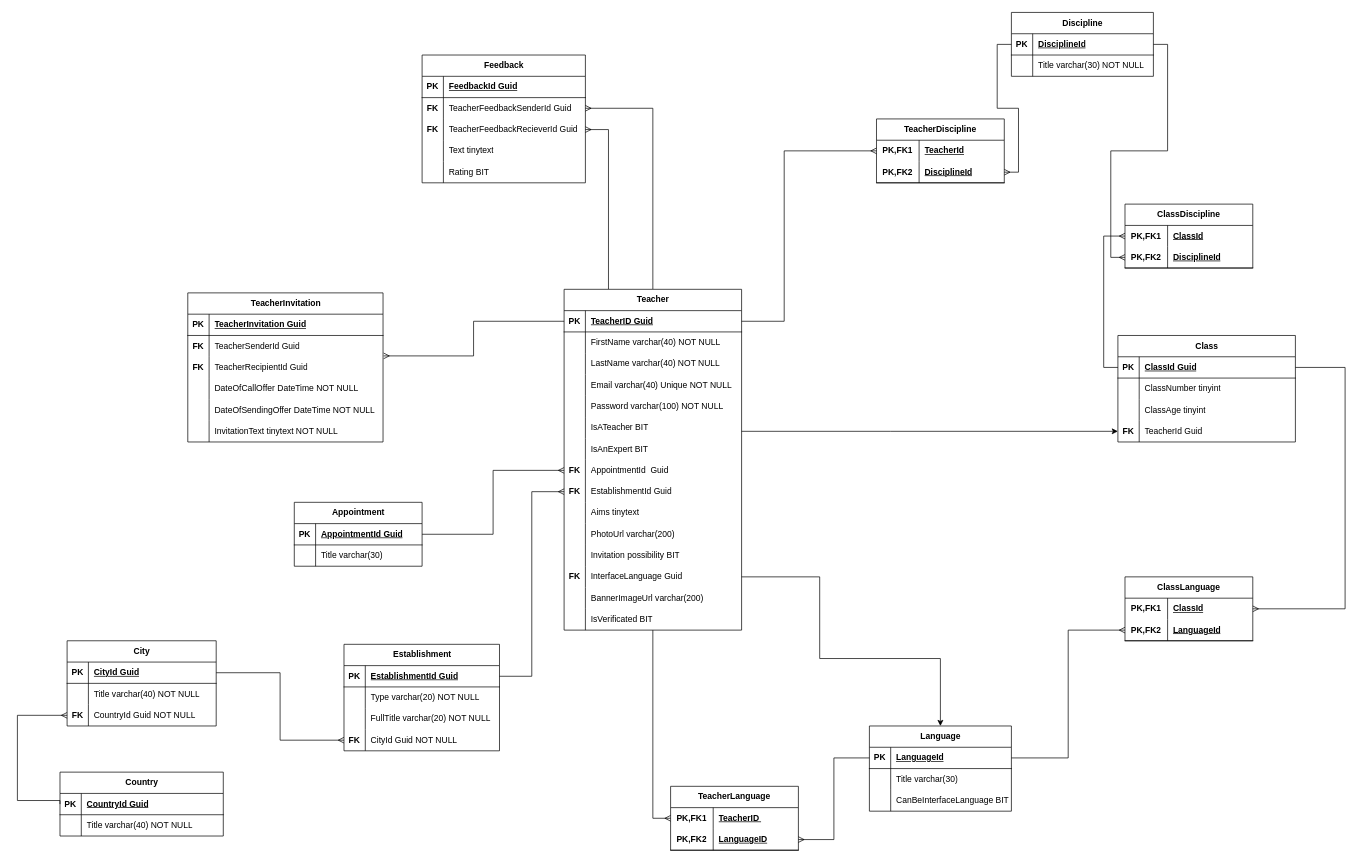
Above: General provisions/диаграмма_сущностей.drawio in AlesBan/wonderworld (draw.io), before the change. Source tidied: cells renumbered, new cells numbered last; positions are measured from the earlier drawing's top-left corner, leaving out a move shared by most shapes. Both pictures are drawn from the tidied source at 71%, with x=0, y=0 at pixel (17, 12).
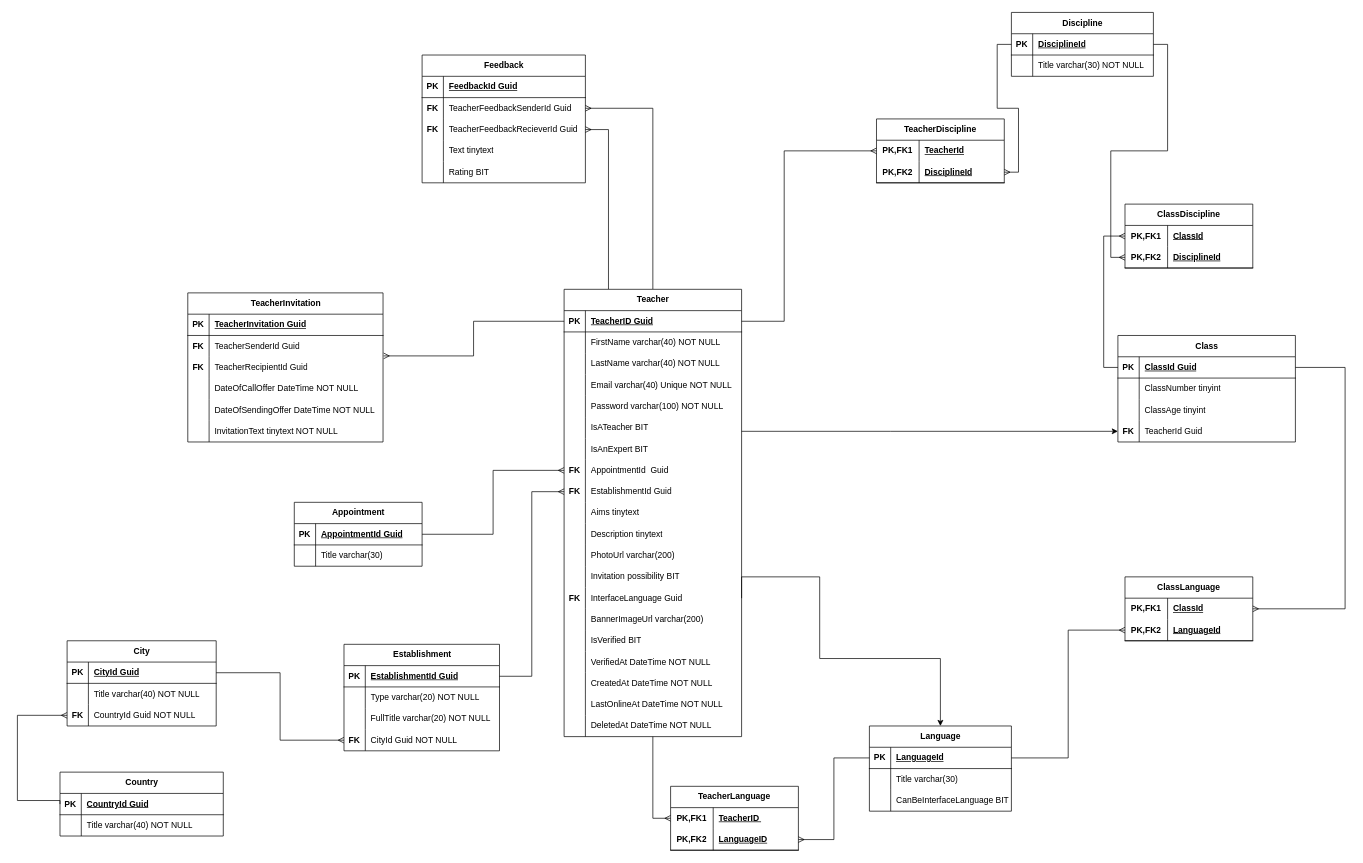
Above is the later version.

Diff of the diagram source:
```diff
@@
     <mxCell id="6" value="Teacher" style="shape=table;startSize=30;childLayout=tableLayout;rowLines=0;fontStyle=1;align=center;html=1;strokeWidth=1;" parent="1" vertex="1">
-      <mxGeometry x="770" y="390" width="250" height="480" as="geometry" />
+      <mxGeometry x="770" y="390" width="250" height="630" as="geometry" />
     </mxCell>
@@
+    <mxCell id="195" style="shape=tableRow;horizontal=0;startSize=0;swimlaneHead=0;swimlaneBody=0;fillColor=none;top=0;left=0;right=0;bottom=0;strokeWidth=1;" parent="6" vertex="1">
+      <mxGeometry y="330" width="250" height="30" as="geometry" />
+    </mxCell>
+    <mxCell id="196" style="shape=partialRectangle;fillColor=none;top=0;left=0;bottom=0;right=0;overflow=hidden;whiteSpace=wrap;html=1;strokeWidth=1;" parent="195" vertex="1">
+      <mxGeometry width="30" height="30" as="geometry" />
+    </mxCell>
+    <mxCell id="197" value="Description tinytext" style="shape=partialRectangle;fillColor=none;top=0;left=0;bottom=0;right=0;align=left;spacingLeft=6;overflow=hidden;whiteSpace=wrap;html=1;strokeWidth=1;" parent="195" vertex="1">
+      <mxGeometry x="30" width="220" height="30" as="geometry" />
+    </mxCell>
     <mxCell id="37" style="shape=tableRow;horizontal=0;startSize=0;swimlaneHead=0;swimlaneBody=0;fillColor=none;top=0;left=0;right=0;bottom=0;strokeWidth=1;" parent="6" vertex="1">
-      <mxGeometry y="330" width="250" height="30" as="geometry" />
+      <mxGeometry y="360" width="250" height="30" as="geometry" />
     </mxCell>
@@
     <mxCell id="40" style="shape=tableRow;horizontal=0;startSize=0;swimlaneHead=0;swimlaneBody=0;fillColor=none;top=0;left=0;right=0;bottom=0;strokeWidth=1;" parent="6" vertex="1">
-      <mxGeometry y="360" width="250" height="30" as="geometry" />
+      <mxGeometry y="390" width="250" height="30" as="geometry" />
     </mxCell>
@@
     <mxCell id="43" style="shape=tableRow;horizontal=0;startSize=0;swimlaneHead=0;swimlaneBody=0;fillColor=none;points=[[0,0.5],[1,0.5]];portConstraint=eastwest;top=0;left=0;right=0;bottom=0;strokeWidth=1;" parent="6" vertex="1">
-      <mxGeometry y="390" width="250" height="30" as="geometry" />
+      <mxGeometry y="420" width="250" height="30" as="geometry" />
     </mxCell>
@@
     <mxCell id="46" style="shape=tableRow;horizontal=0;startSize=0;swimlaneHead=0;swimlaneBody=0;fillColor=none;top=0;left=0;right=0;bottom=0;strokeWidth=1;" parent="6" vertex="1">
-      <mxGeometry y="420" width="250" height="30" as="geometry" />
+      <mxGeometry y="450" width="250" height="30" as="geometry" />
     </mxCell>
@@
     <mxCell id="49" style="shape=tableRow;horizontal=0;startSize=0;swimlaneHead=0;swimlaneBody=0;fillColor=none;top=0;left=0;right=0;bottom=0;strokeWidth=1;" parent="6" vertex="1">
-      <mxGeometry y="450" width="250" height="30" as="geometry" />
+      <mxGeometry y="480" width="250" height="30" as="geometry" />
     </mxCell>
@@
-    <mxCell id="51" value="IsVerificated BIT" style="shape=partialRectangle;fillColor=none;top=0;left=0;bottom=0;right=0;align=left;spacingLeft=6;overflow=hidden;whiteSpace=wrap;html=1;strokeWidth=1;" parent="49" vertex="1">
+    <mxCell id="51" value="IsVerified BIT" style="shape=partialRectangle;fillColor=none;top=0;left=0;bottom=0;right=0;align=left;spacingLeft=6;overflow=hidden;whiteSpace=wrap;html=1;strokeWidth=1;" parent="49" vertex="1">
       <mxGeometry x="30" width="220" height="30" as="geometry" />
     </mxCell>
+    <mxCell id="198" style="shape=tableRow;horizontal=0;startSize=0;swimlaneHead=0;swimlaneBody=0;fillColor=none;top=0;left=0;right=0;bottom=0;strokeWidth=1;" parent="6" vertex="1">
+      <mxGeometry y="510" width="250" height="30" as="geometry" />
+    </mxCell>
+    <mxCell id="199" style="shape=partialRectangle;fillColor=none;top=0;left=0;bottom=0;right=0;overflow=hidden;whiteSpace=wrap;html=1;strokeWidth=1;" parent="198" vertex="1">
+      <mxGeometry width="30" height="30" as="geometry" />
+    </mxCell>
+    <mxCell id="200" value="VerifiedAt DateTime NOT NULL" style="shape=partialRectangle;fillColor=none;top=0;left=0;bottom=0;right=0;align=left;spacingLeft=6;overflow=hidden;whiteSpace=wrap;html=1;strokeWidth=1;" parent="198" vertex="1">
+      <mxGeometry x="30" width="220" height="30" as="geometry" />
+    </mxCell>
+    <mxCell id="201" style="shape=tableRow;horizontal=0;startSize=0;swimlaneHead=0;swimlaneBody=0;fillColor=none;top=0;left=0;right=0;bottom=0;strokeWidth=1;" parent="6" vertex="1">
+      <mxGeometry y="540" width="250" height="30" as="geometry" />
+    </mxCell>
+    <mxCell id="202" style="shape=partialRectangle;fillColor=none;top=0;left=0;bottom=0;right=0;overflow=hidden;whiteSpace=wrap;html=1;strokeWidth=1;" parent="201" vertex="1">
+      <mxGeometry width="30" height="30" as="geometry" />
+    </mxCell>
+    <mxCell id="203" value="CreatedAt DateTime NOT NULL" style="shape=partialRectangle;fillColor=none;top=0;left=0;bottom=0;right=0;align=left;spacingLeft=6;overflow=hidden;whiteSpace=wrap;html=1;strokeWidth=1;" parent="201" vertex="1">
+      <mxGeometry x="30" width="220" height="30" as="geometry" />
+    </mxCell>
+    <mxCell id="204" style="shape=tableRow;horizontal=0;startSize=0;swimlaneHead=0;swimlaneBody=0;fillColor=none;top=0;left=0;right=0;bottom=0;strokeWidth=1;" parent="6" vertex="1">
+      <mxGeometry y="570" width="250" height="30" as="geometry" />
+    </mxCell>
+    <mxCell id="205" style="shape=partialRectangle;fillColor=none;top=0;left=0;bottom=0;right=0;overflow=hidden;whiteSpace=wrap;html=1;strokeWidth=1;" parent="204" vertex="1">
+      <mxGeometry width="30" height="30" as="geometry" />
+    </mxCell>
+    <mxCell id="206" value="LastOnlineAt DateTime NOT NULL" style="shape=partialRectangle;fillColor=none;top=0;left=0;bottom=0;right=0;align=left;spacingLeft=6;overflow=hidden;whiteSpace=wrap;html=1;strokeWidth=1;" parent="204" vertex="1">
+      <mxGeometry x="30" width="220" height="30" as="geometry" />
+    </mxCell>
+    <mxCell id="207" style="shape=tableRow;horizontal=0;startSize=0;swimlaneHead=0;swimlaneBody=0;fillColor=none;top=0;left=0;right=0;bottom=0;strokeWidth=1;" parent="6" vertex="1">
+      <mxGeometry y="600" width="250" height="30" as="geometry" />
+    </mxCell>
+    <mxCell id="208" style="shape=partialRectangle;fillColor=none;top=0;left=0;bottom=0;right=0;overflow=hidden;whiteSpace=wrap;html=1;strokeWidth=1;" parent="207" vertex="1">
+      <mxGeometry width="30" height="30" as="geometry" />
+    </mxCell>
+    <mxCell id="209" value="DeletedAt DateTime NOT NULL" style="shape=partialRectangle;fillColor=none;top=0;left=0;bottom=0;right=0;align=left;spacingLeft=6;overflow=hidden;whiteSpace=wrap;html=1;strokeWidth=1;" parent="207" vertex="1">
+      <mxGeometry x="30" width="220" height="30" as="geometry" />
+    </mxCell>
```
